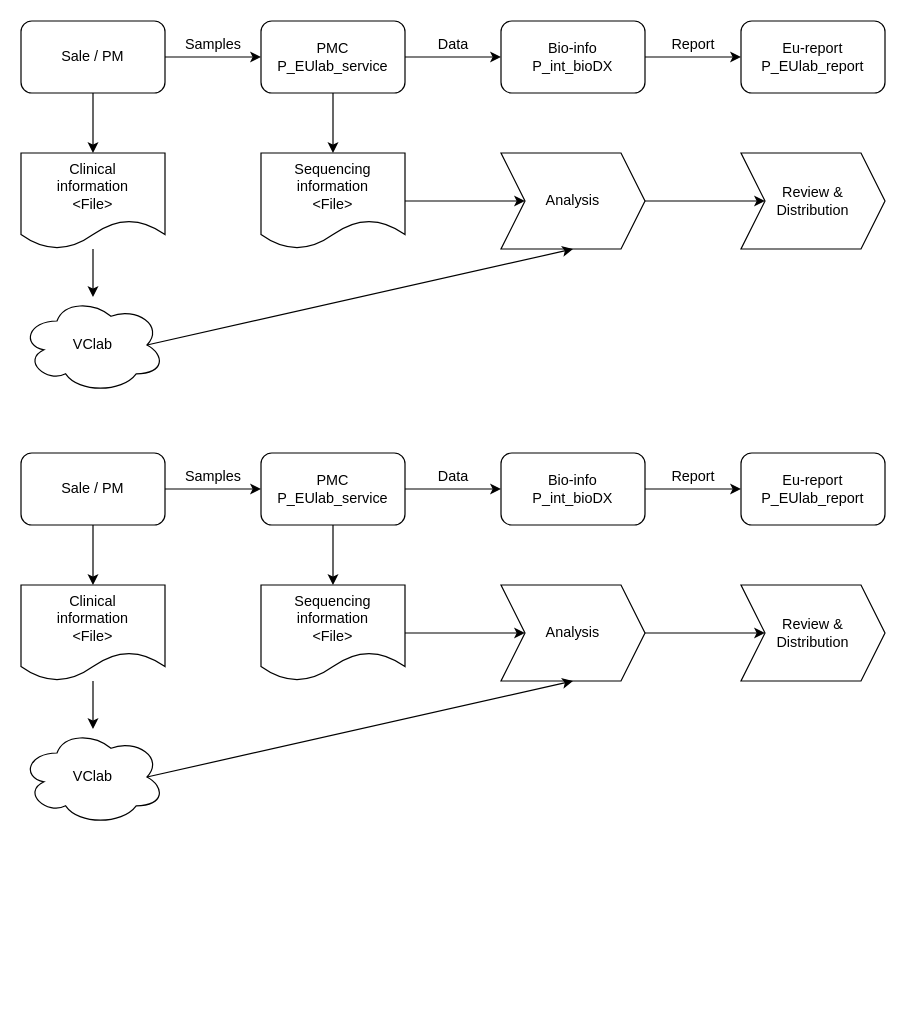
WilliamCharlieBlue/DrawIO keeps this draw.io diagram as 未命名绘图.drawio. Above is the earlier version. Source tidied: cells renumbered, new cells numbered last; positions are measured from the earlier drawing's top-left corner, leaving out a move shared by most shapes. Both pictures are drawn from the tidied source at 120%, with x=0, y=0 at pixel (20, 20).
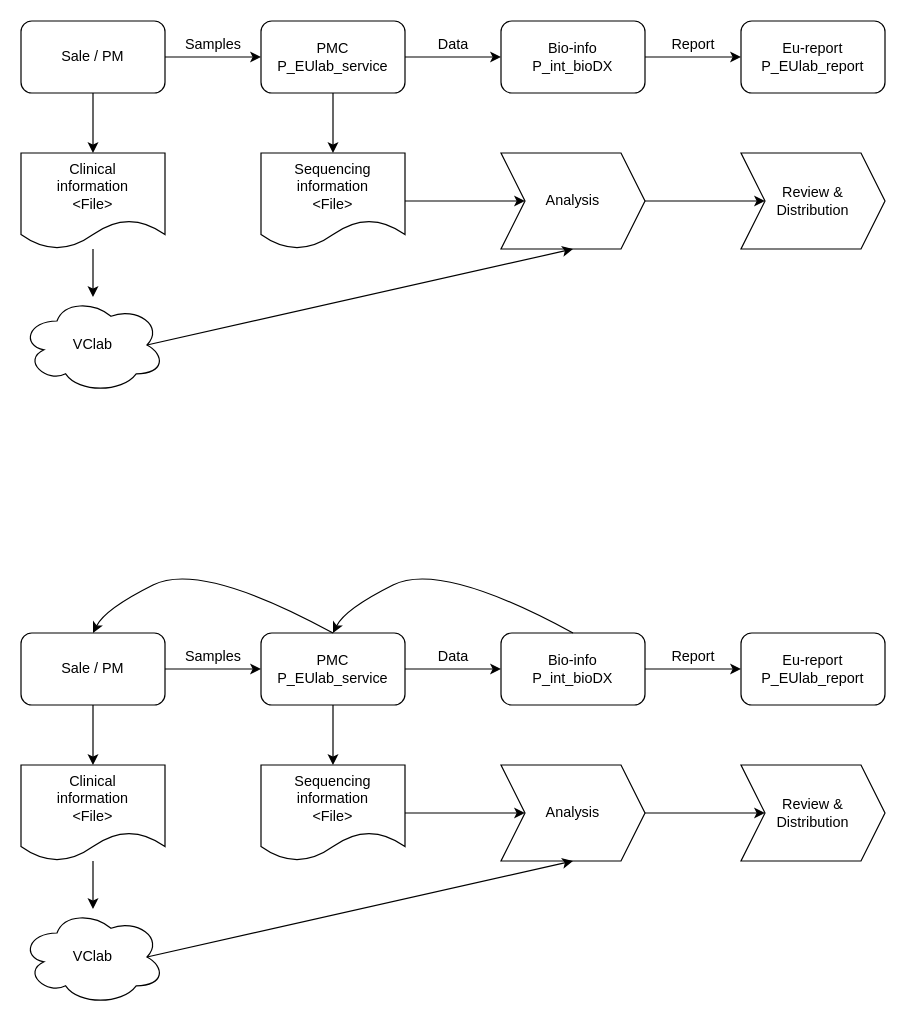
After the change.

Diff of the diagram source:
```diff
@@
     <mxCell id="25" value="Sale / PM" style="rounded=1;whiteSpace=wrap;html=1;" parent="1" vertex="1">
-      <mxGeometry y="360" width="120" height="60" as="geometry" />
+      <mxGeometry y="510" width="120" height="60" as="geometry" />
     </mxCell>
@@
     <mxCell id="28" value="PMC&lt;br&gt;P_EUlab_service" style="rounded=1;whiteSpace=wrap;html=1;" parent="1" vertex="1">
-      <mxGeometry x="200" y="360" width="120" height="60" as="geometry" />
+      <mxGeometry x="200" y="510" width="120" height="60" as="geometry" />
     </mxCell>
@@
     <mxCell id="30" value="Bio-info&lt;br&gt;P_int_bioDX" style="rounded=1;whiteSpace=wrap;html=1;" parent="1" vertex="1">
-      <mxGeometry x="400" y="360" width="120" height="60" as="geometry" />
+      <mxGeometry x="400" y="510" width="120" height="60" as="geometry" />
     </mxCell>
     <mxCell id="31" value="&lt;span lang=&quot;EN-US&quot;&gt;Eu-report&lt;br&gt;P_EUlab_report&lt;br&gt;&lt;/span&gt;" style="rounded=1;whiteSpace=wrap;html=1;" parent="1" vertex="1">
-      <mxGeometry x="600" y="360" width="120" height="60" as="geometry" />
+      <mxGeometry x="600" y="510" width="120" height="60" as="geometry" />
     </mxCell>
@@
     <mxCell id="33" value="&lt;div&gt;Sequencing&lt;/div&gt;&lt;div&gt;information&lt;/div&gt;&lt;div&gt;&amp;lt;File&amp;gt;&lt;/div&gt;" style="shape=document;whiteSpace=wrap;html=1;boundedLbl=1;" parent="1" vertex="1">
-      <mxGeometry x="200" y="470" width="120" height="80" as="geometry" />
+      <mxGeometry x="200" y="620" width="120" height="80" as="geometry" />
     </mxCell>
@@
     <mxCell id="35" value="&lt;div&gt;Clinical&lt;/div&gt;&lt;div&gt;information&lt;/div&gt;&lt;div&gt;&amp;lt;File&amp;gt;&lt;br&gt;&lt;/div&gt;" style="shape=document;whiteSpace=wrap;html=1;boundedLbl=1;" parent="1" vertex="1">
-      <mxGeometry y="470" width="120" height="80" as="geometry" />
+      <mxGeometry y="620" width="120" height="80" as="geometry" />
     </mxCell>
     <mxCell id="36" value="VClab" style="ellipse;shape=cloud;whiteSpace=wrap;html=1;" parent="1" vertex="1">
-      <mxGeometry y="590" width="120" height="80" as="geometry" />
+      <mxGeometry y="740" width="120" height="80" as="geometry" />
     </mxCell>
@@
     <mxCell id="38" value="Analysis" style="shape=step;perimeter=stepPerimeter;whiteSpace=wrap;html=1;fixedSize=1;" parent="1" vertex="1">
-      <mxGeometry x="400" y="470" width="120" height="80" as="geometry" />
+      <mxGeometry x="400" y="620" width="120" height="80" as="geometry" />
     </mxCell>
@@
     <mxCell id="40" value="Samples" style="text;html=1;align=center;verticalAlign=middle;strokeColor=none;fillColor=none;" parent="1" vertex="1">
-      <mxGeometry x="125" y="365" width="70" height="30" as="geometry" />
+      <mxGeometry x="125" y="515" width="70" height="30" as="geometry" />
     </mxCell>
     <mxCell id="41" value="Data" style="text;html=1;align=center;verticalAlign=middle;strokeColor=none;fillColor=none;" parent="1" vertex="1">
-      <mxGeometry x="335" y="365" width="50" height="30" as="geometry" />
+      <mxGeometry x="335" y="515" width="50" height="30" as="geometry" />
     </mxCell>
     <mxCell id="42" value="Report" style="text;html=1;align=center;verticalAlign=middle;strokeColor=none;fillColor=none;" parent="1" vertex="1">
-      <mxGeometry x="530" y="365" width="60" height="30" as="geometry" />
+      <mxGeometry x="530" y="515" width="60" height="30" as="geometry" />
     </mxCell>
     <mxCell id="43" value="Review &amp;amp;&lt;br&gt;Distribution" style="shape=step;perimeter=stepPerimeter;whiteSpace=wrap;html=1;fixedSize=1;" parent="1" vertex="1">
-      <mxGeometry x="600" y="470" width="120" height="80" as="geometry" />
+      <mxGeometry x="600" y="620" width="120" height="80" as="geometry" />
     </mxCell>
+    <mxCell id="44" style="curved=1;endArrow=classic;html=1;rounded=0;exitX=0.5;exitY=0;exitDx=0;exitDy=0;entryX=0.5;entryY=0;entryDx=0;entryDy=0;" parent="1" edge="1" source="30" target="28">
+      <mxGeometry relative="1" as="geometry">
+        <Array as="points">
+          <mxPoint x="350" y="450" />
+          <mxPoint x="270" y="490" />
+        </Array>
+      </mxGeometry>
+    </mxCell>
+    <mxCell id="45" style="curved=1;endArrow=classic;html=1;rounded=0;exitX=0.5;exitY=0;exitDx=0;exitDy=0;entryX=0.5;entryY=0;entryDx=0;entryDy=0;" parent="1" edge="1">
+      <mxGeometry relative="1" as="geometry">
+        <mxPoint x="260" y="510" as="sourcePoint" />
+        <mxPoint x="60" y="510" as="targetPoint" />
+        <Array as="points">
+          <mxPoint x="150" y="450" />
+          <mxPoint x="70" y="490" />
+        </Array>
+      </mxGeometry>
+    </mxCell>
```
